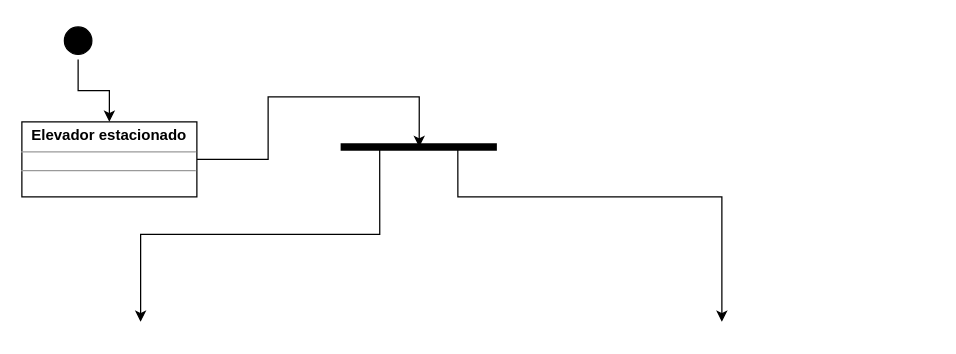
Above: Exercício 09 - Diagrama de Estado.drawio in bruniculos08/AMS0001 (draw.io), before the change. Source tidied: cells renumbered, new cells numbered last; positions are measured from the earlier drawing's top-left corner, leaving out a move shared by most shapes. Both pictures are drawn from the tidied source at 125%, with x=0, y=0 at pixel (21, 21).
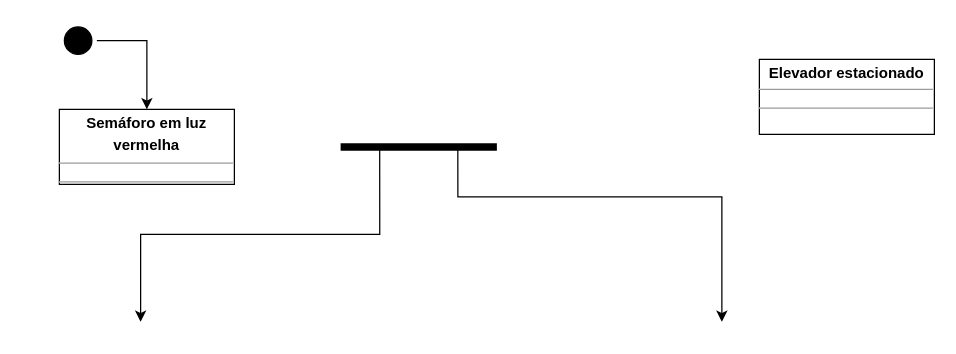
After the change.

Change to the diagram source:
```diff
@@
 <mxGraphModel>
   <root>
     <mxCell id="0" />
     <mxCell id="1" parent="0" />
-    <mxCell id="2" style="edgeStyle=orthogonalEdgeStyle;rounded=0;jettySize=auto;html=1;exitX=0.5;exitY=1;exitDx=0;exitDy=0;entryX=0.5;entryY=0;entryDx=0;entryDy=0;" parent="1" edge="1" source="3" target="8">
-      <mxGeometry relative="1" as="geometry" />
-    </mxCell>
+    <mxCell id="9" style="edgeStyle=orthogonalEdgeStyle;rounded=0;jettySize=auto;html=1;exitX=1;exitY=0.5;exitDx=0;exitDy=0;entryX=0.5;entryY=0;entryDx=0;entryDy=0;" parent="1" edge="1" source="3" target="10">
+      <mxGeometry relative="1" as="geometry" />
+    </mxCell>
     <mxCell id="3" style="ellipse;html=1;shape=startState;fillColor=#000000;strokeColor=#000000;" parent="1" vertex="1">
       <mxGeometry x="30" width="30" height="30" as="geometry" />
     </mxCell>
     <mxCell id="4" style="edgeStyle=orthogonalEdgeStyle;rounded=0;jettySize=auto;html=1;exitX=0.25;exitY=0.5;exitDx=0;exitDy=0;exitPerimeter=0;entryX=0.5;entryY=0;entryDx=0;entryDy=0;" parent="1" edge="1" source="6">
       <mxGeometry relative="1" as="geometry">
         <mxPoint x="95" y="240" as="targetPoint" />
         <Array as="points">
           <mxPoint x="286" y="170" />
           <mxPoint x="95" y="170" />
         </Array>
       </mxGeometry>
     </mxCell>
     <mxCell id="5" style="edgeStyle=orthogonalEdgeStyle;rounded=0;jettySize=auto;html=1;exitX=0.75;exitY=0.5;exitDx=0;exitDy=0;exitPerimeter=0;" parent="1" edge="1" source="6">
       <mxGeometry relative="1" as="geometry">
         <mxPoint x="560" y="240" as="targetPoint" />
         <Array as="points">
           <mxPoint x="349" y="140" />
           <mxPoint x="560" y="140" />
         </Array>
       </mxGeometry>
     </mxCell>
     <mxCell id="6" style="shape=line;html=1;strokeWidth=6;strokeColor=#000000;" parent="1" vertex="1">
       <mxGeometry x="255" y="95" width="125" height="10" as="geometry" />
     </mxCell>
-    <mxCell id="7" style="edgeStyle=orthogonalEdgeStyle;rounded=0;jettySize=auto;html=1;exitX=1;exitY=0.5;exitDx=0;exitDy=0;entryX=0.503;entryY=0.512;entryDx=0;entryDy=0;entryPerimeter=0;" parent="1" edge="1" source="8" target="6">
-      <mxGeometry relative="1" as="geometry">
-        <Array as="points">
-          <mxPoint x="197" y="110" />
-          <mxPoint x="197" y="60" />
-          <mxPoint x="318" y="60" />
-        </Array>
-      </mxGeometry>
-    </mxCell>
     <mxCell id="8" value="&lt;p style=&quot;margin: 0px ; margin-top: 4px ; text-align: center&quot;&gt;&lt;b&gt;Elevador estacionado&lt;/b&gt;&lt;/p&gt;&lt;hr size=&quot;1&quot;&gt;&lt;div style=&quot;height: 2px&quot;&gt;&lt;/div&gt;&lt;hr size=&quot;1&quot;&gt;&lt;div style=&quot;height: 2px&quot;&gt;&lt;/div&gt;" style="verticalAlign=top;align=left;overflow=fill;fontSize=12;fontFamily=Helvetica;html=1;strokeColor=#000000;" parent="1" vertex="1">
-      <mxGeometry y="80" width="140" height="60" as="geometry" />
+      <mxGeometry x="590" y="30" width="140" height="60" as="geometry" />
     </mxCell>
+    <mxCell id="10" value="&lt;p style=&quot;margin: 0px ; margin-top: 4px ; text-align: center&quot;&gt;&lt;b&gt;Semáforo em luz&lt;/b&gt;&lt;/p&gt;&lt;p style=&quot;margin: 0px ; margin-top: 4px ; text-align: center&quot;&gt;&lt;b&gt;vermelha&lt;/b&gt;&lt;/p&gt;&lt;hr size=&quot;1&quot;&gt;&lt;div style=&quot;height: 2px&quot;&gt;&lt;/div&gt;&lt;hr size=&quot;1&quot;&gt;&lt;div style=&quot;height: 2px&quot;&gt;&lt;/div&gt;" style="verticalAlign=top;align=left;overflow=fill;fontSize=12;fontFamily=Helvetica;html=1;strokeColor=#000000;" parent="1" vertex="1">
+      <mxGeometry x="30" y="70" width="140" height="60" as="geometry" />
+    </mxCell>
   </root>
 </mxGraphModel>
```
